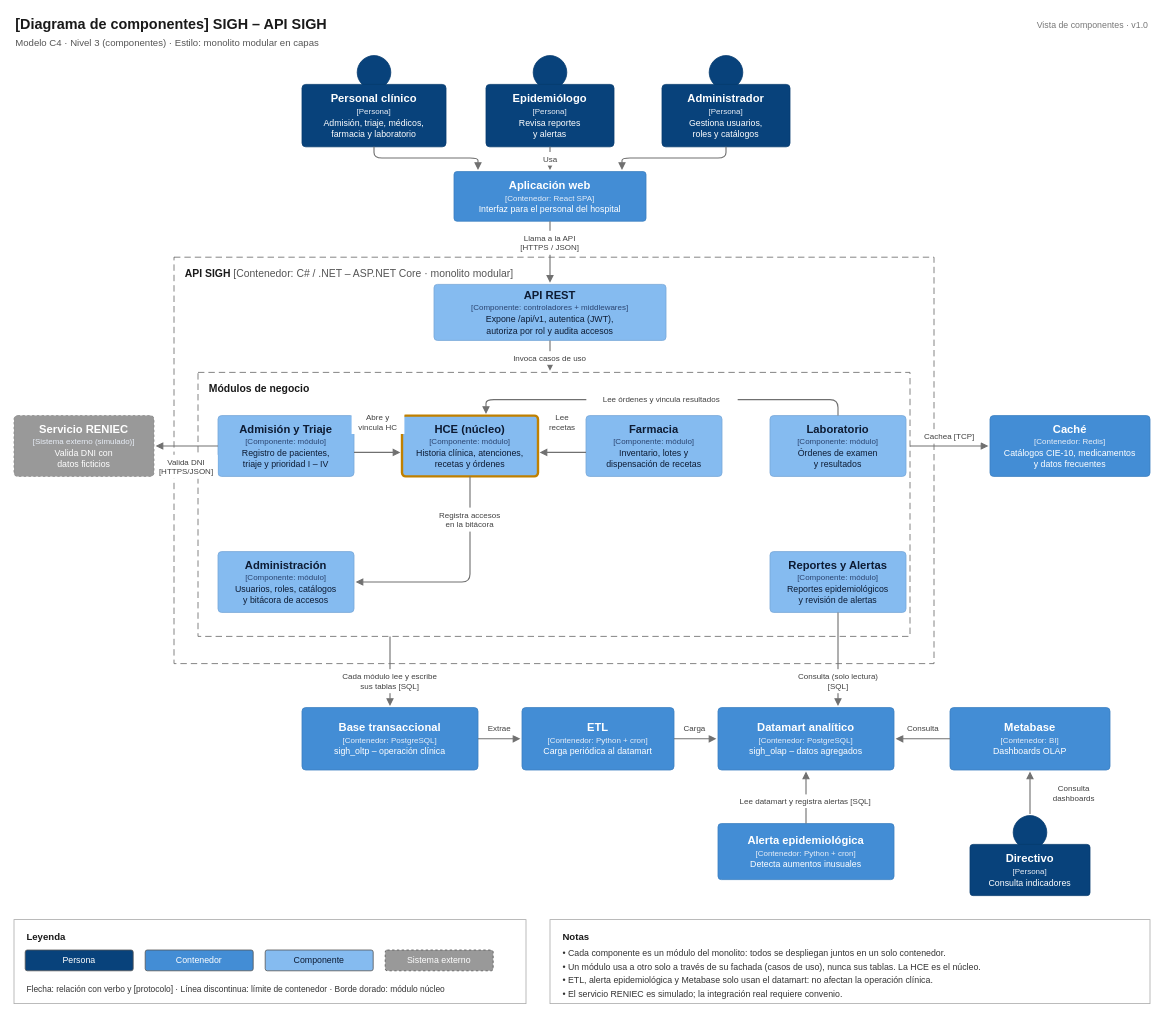
Above: img/fuentes-svg/nivel3-componentes.drawio in rogerrodriguez27/SIGH-arquitSoft (draw.io), before the change. Source tidied: cells renumbered, new cells numbered last; positions are measured from the earlier drawing's top-left corner, leaving out a move shared by most shapes. Both pictures are drawn from the tidied source at 80%, with x=0, y=0 at pixel (14, 14).
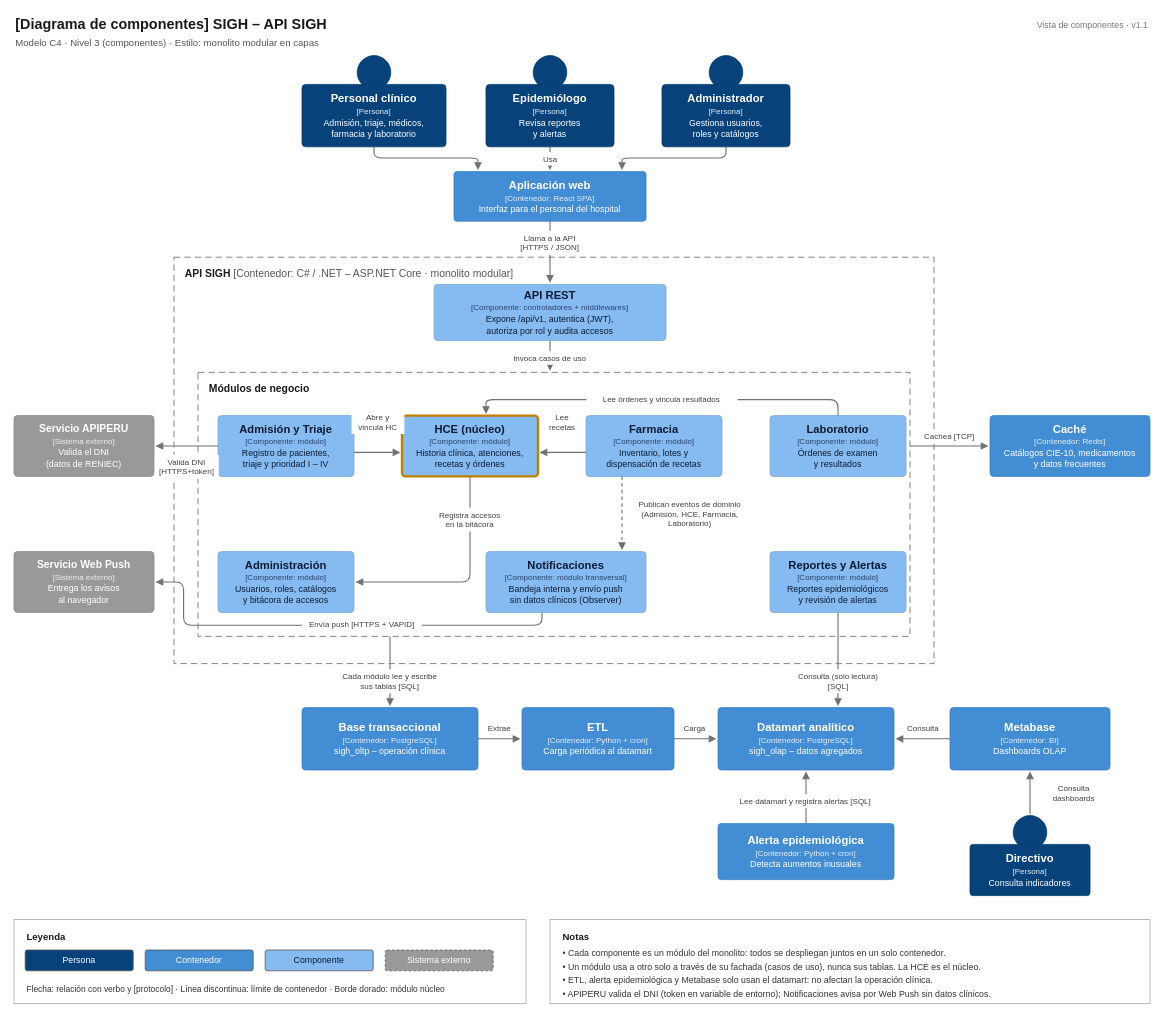
The same page after the edit.

Commit message (it also covers changes not shown here):
docs: actualizar modelo C4 con APIPERU y Web Push

What changed in the source:
```diff
@@
-    <mxCell id="4" value="Vista de componentes · v1.0" style="text;html=1;strokeColor=none;fillColor=none;whiteSpace=wrap;fontFamily=Helvetica;fontColor=#777777;fontSize=11;align=right;verticalAlign=middle;" parent="1" vertex="1">
+    <mxCell id="4" value="Vista de componentes · v1.1" style="text;html=1;strokeColor=none;fillColor=none;whiteSpace=wrap;fontFamily=Helvetica;fontColor=#777777;fontSize=11;align=right;verticalAlign=middle;" parent="1" vertex="1">
       <mxGeometry x="1200" y="4" width="220" height="20" as="geometry" />
     </mxCell>
@@
-    <mxCell id="40" value="&lt;b&gt;&lt;font style=&quot;font-size:14px&quot;&gt;Servicio RENIEC&lt;/font&gt;&lt;/b&gt;&lt;br&gt;&lt;font style=&quot;font-size:10px&quot; color=&quot;#E8EEF7&quot;&gt;[Sistema externo (simulado)]&lt;/font&gt;&lt;br&gt;&lt;font style=&quot;font-size:11px&quot;&gt;Valida DNI con&lt;/font&gt;&lt;br&gt;&lt;font style=&quot;font-size:11px&quot;&gt;datos ficticios&lt;/font&gt;" style="rounded=1;whiteSpace=wrap;html=1;fontFamily=Helvetica;fillColor=#999999;strokeColor=#8A8A8A;strokeWidth=1;fontColor=#FFFFFF;arcSize=6;dashed=1;" parent="1" vertex="1">
+    <mxCell id="40" value="&lt;b&gt;&lt;font style=&quot;font-size:13px&quot;&gt;Servicio APIPERU&lt;/font&gt;&lt;/b&gt;&lt;br&gt;&lt;font style=&quot;font-size:10px&quot; color=&quot;#E8EEF7&quot;&gt;[Sistema externo]&lt;/font&gt;&lt;br&gt;&lt;font style=&quot;font-size:11px&quot;&gt;Valida el DNI&lt;/font&gt;&lt;br&gt;&lt;font style=&quot;font-size:11px&quot;&gt;(datos de RENIEC)&lt;/font&gt;" style="rounded=1;whiteSpace=wrap;html=1;fontFamily=Helvetica;fillColor=#999999;strokeColor=#8A8A8A;strokeWidth=1;fontColor=#FFFFFF;arcSize=6;" parent="1" vertex="1">
       <mxGeometry y="502" width="175" height="76" as="geometry" />
     </mxCell>
@@
-    <mxCell id="42" value="Valida DNI&lt;br&gt;[HTTPS/JSON]" style="text;html=1;strokeColor=none;fillColor=#FFFFFF;whiteSpace=wrap;fontFamily=Helvetica;fontColor=#404040;fontSize=10;align=center;verticalAlign=middle;" parent="1" vertex="1">
-      <mxGeometry x="177.4" y="551" width="77.2" height="30" as="geometry" />
+    <mxCell id="42" value="Valida DNI&lt;br&gt;[HTTPS+token]" style="text;html=1;strokeColor=none;fillColor=#FFFFFF;whiteSpace=wrap;fontFamily=Helvetica;fontColor=#404040;fontSize=10;align=center;verticalAlign=middle;" parent="1" vertex="1">
+      <mxGeometry x="176" y="551" width="80" height="30" as="geometry" />
     </mxCell>
@@
-    <mxCell id="76" value="• El servicio RENIEC es simulado; la integración real requiere convenio." style="text;html=1;strokeColor=none;fillColor=none;whiteSpace=wrap;fontFamily=Helvetica;fontColor=#333333;fontSize=11;align=left;verticalAlign=middle;" parent="1" vertex="1">
+    <mxCell id="76" value="• APIPERU valida el DNI (token en variable de entorno); Notificaciones avisa por Web Push sin datos clínicos." style="text;html=1;strokeColor=none;fillColor=none;whiteSpace=wrap;fontFamily=Helvetica;fontColor=#333333;fontSize=11;align=left;verticalAlign=middle;" parent="1" vertex="1">
       <mxGeometry x="684" y="1217" width="730" height="16" as="geometry" />
     </mxCell>
+    <mxCell id="77" value="&lt;b&gt;&lt;font style=&quot;font-size:14px&quot;&gt;Notificaciones&lt;/font&gt;&lt;/b&gt;&lt;br&gt;&lt;font style=&quot;font-size:10px&quot; color=&quot;#2B4470&quot;&gt;[Componente: módulo transversal]&lt;/font&gt;&lt;br&gt;&lt;font style=&quot;font-size:11px&quot;&gt;Bandeja interna y envío push&lt;/font&gt;&lt;br&gt;&lt;font style=&quot;font-size:11px&quot;&gt;sin datos clínicos (Observer)&lt;/font&gt;" style="rounded=1;whiteSpace=wrap;html=1;fontFamily=Helvetica;fillColor=#85BBF0;strokeColor=#78A8D8;strokeWidth=1;fontColor=#0D1B33;arcSize=6;" parent="1" vertex="1">
+      <mxGeometry x="590" y="672" width="200" height="76" as="geometry" />
+    </mxCell>
+    <mxCell id="78" style="edgeStyle=none;html=1;endArrow=block;endFill=1;strokeColor=#707070;strokeWidth=1.4;dashed=1;fontFamily=Helvetica;fontSize=10;fontColor=#404040;" parent="1" edge="1">
+      <mxGeometry relative="1" as="geometry">
+        <mxPoint x="760" y="578" as="sourcePoint" />
+        <mxPoint x="760" y="670" as="targetPoint" />
+      </mxGeometry>
+    </mxCell>
+    <mxCell id="79" value="Publican eventos de dominio&lt;br&gt;(Admisión, HCE, Farmacia,&lt;br&gt;Laboratorio)" style="text;html=1;strokeColor=none;fillColor=#FFFFFF;whiteSpace=wrap;fontFamily=Helvetica;fontColor=#404040;fontSize=10;align=center;verticalAlign=middle;" parent="1" vertex="1">
+      <mxGeometry x="770" y="604" width="150" height="42" as="geometry" />
+    </mxCell>
+    <mxCell id="80" value="&lt;b&gt;&lt;font style=&quot;font-size:13px&quot;&gt;Servicio Web Push&lt;/font&gt;&lt;/b&gt;&lt;br&gt;&lt;font style=&quot;font-size:10px&quot; color=&quot;#E8EEF7&quot;&gt;[Sistema externo]&lt;/font&gt;&lt;br&gt;&lt;font style=&quot;font-size:11px&quot;&gt;Entrega los avisos&lt;/font&gt;&lt;br&gt;&lt;font style=&quot;font-size:11px&quot;&gt;al navegador&lt;/font&gt;" style="rounded=1;whiteSpace=wrap;html=1;fontFamily=Helvetica;fillColor=#999999;strokeColor=#8A8A8A;strokeWidth=1;fontColor=#FFFFFF;arcSize=6;" parent="1" vertex="1">
+      <mxGeometry y="672" width="175" height="76" as="geometry" />
+    </mxCell>
+    <mxCell id="81" style="edgeStyle=none;html=1;endArrow=block;endFill=1;strokeColor=#707070;strokeWidth=1.4;fontFamily=Helvetica;fontSize=10;fontColor=#404040;" parent="1" edge="1">
+      <mxGeometry relative="1" as="geometry">
+        <mxPoint x="660" y="748" as="sourcePoint" />
+        <mxPoint x="177" y="710" as="targetPoint" />
+        <Array as="points">
+          <mxPoint x="660" y="764" />
+          <mxPoint x="212" y="764" />
+          <mxPoint x="212" y="710" />
+        </Array>
+      </mxGeometry>
+    </mxCell>
+    <mxCell id="82" value="Envía push [HTTPS + VAPID]" style="text;html=1;strokeColor=none;fillColor=#FFFFFF;whiteSpace=wrap;fontFamily=Helvetica;fontColor=#404040;fontSize=10;align=center;verticalAlign=middle;" parent="1" vertex="1">
+      <mxGeometry x="360" y="754" width="150" height="18" as="geometry" />
+    </mxCell>
```
